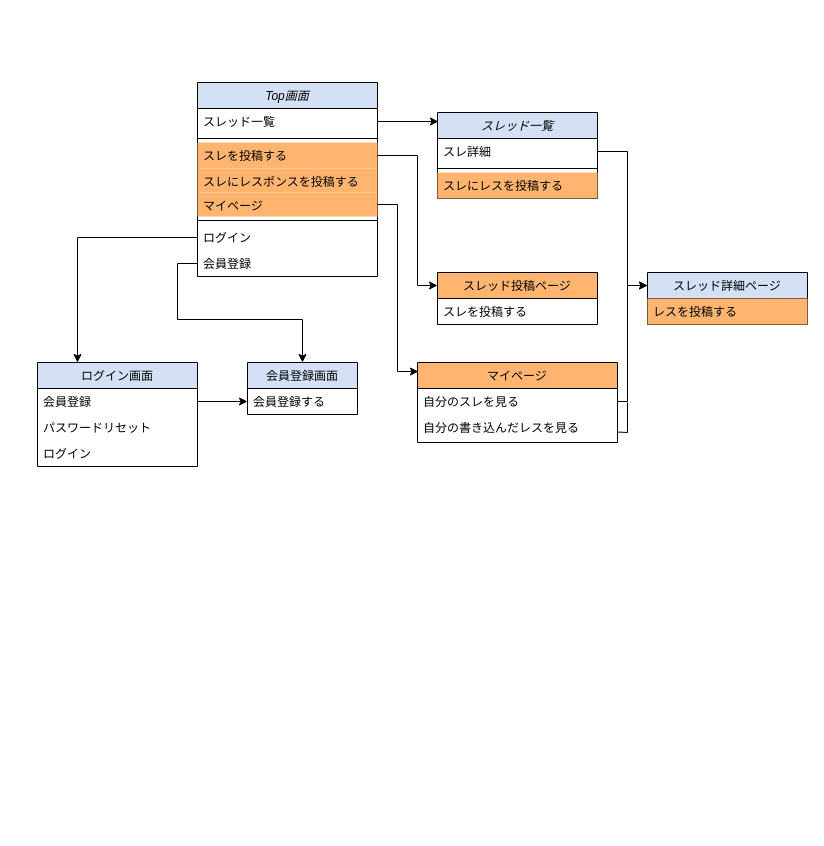
This is 画面遷移図.drawio from your-school/reserve, a draw.io file, before an edit. Source tidied: cells renumbered, new cells numbered last; positions are measured from the earlier drawing's top-left corner, leaving out a move shared by most shapes. Both pictures are drawn from the tidied source at 100%, with x=0, y=0 at pixel (37, 82).
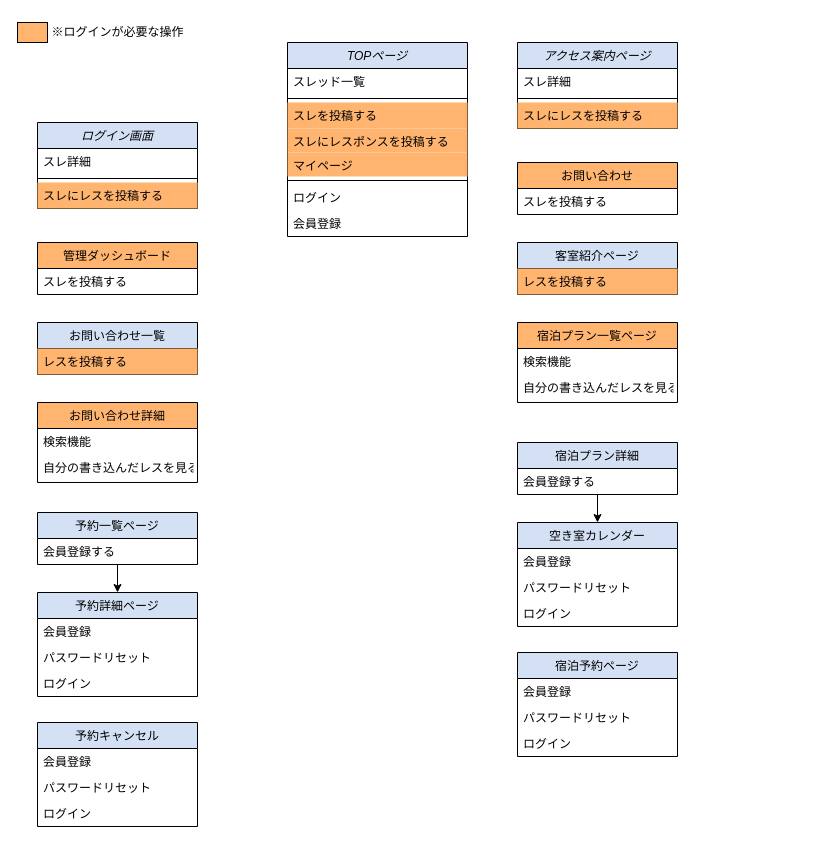
After the change.

Commit message:
画面遷移図.drawio を更新します

The change refers to these unchanged cells:
```xml
<mxCell id="3" value="スレッド一覧" style="text;align=left;verticalAlign=top;spacingLeft=4;spacingRight=4;overflow=hidden;points=[[0,0.5],[1,0.5]];portConstraint=eastwest;" parent="2" vertex="1">
  <mxGeometry y="26" width="180" height="26" as="geometry" />
</mxCell>
<mxCell id="5" value="スレを投稿する" style="text;align=left;verticalAlign=top;spacingLeft=4;spacingRight=4;overflow=hidden;points=[[0,0.5],[1,0.5]];portConstraint=eastwest;fillColor=#FFB570;" parent="2" vertex="1">
  <mxGeometry y="60" width="180" height="26" as="geometry" />
</mxCell>
<mxCell id="7" value="マイページ" style="text;align=left;verticalAlign=top;spacingLeft=4;spacingRight=4;overflow=hidden;points=[[0,0.5],[1,0.5]];portConstraint=eastwest;rounded=0;shadow=0;html=0;fillColor=#FFB570;" parent="2" vertex="1">
  <mxGeometry y="110" width="180" height="24" as="geometry" />
</mxCell>
<mxCell id="9" value="ログイン" style="text;align=left;verticalAlign=top;spacingLeft=4;spacingRight=4;overflow=hidden;points=[[0,0.5],[1,0.5]];portConstraint=eastwest;" parent="2" vertex="1">
  <mxGeometry y="142" width="180" height="26" as="geometry" />
</mxCell>
<mxCell id="10" value="会員登録" style="text;align=left;verticalAlign=top;spacingLeft=4;spacingRight=4;overflow=hidden;points=[[0,0.5],[1,0.5]];portConstraint=eastwest;" parent="2" vertex="1">
  <mxGeometry y="168" width="180" height="26" as="geometry" />
</mxCell>
<mxCell id="27" value="スレ詳細" style="text;align=left;verticalAlign=top;spacingLeft=4;spacingRight=4;overflow=hidden;points=[[0,0.5],[1,0.5]];portConstraint=eastwest;" parent="26" vertex="1">
  <mxGeometry y="26" width="160" height="26" as="geometry" />
</mxCell>
```

What changed in the source:
```diff
@@
-    <mxCell id="2" value="Top画面" style="swimlane;fontStyle=2;align=center;verticalAlign=top;horizontal=1;startSize=26;rounded=0;shadow=0;strokeWidth=1;fillColor=#D4E1F5;" parent="1" vertex="1">
-      <mxGeometry x="160" width="180" height="194" as="geometry" />
+    <mxCell id="2" value="TOPページ" style="swimlane;fontStyle=2;align=center;verticalAlign=top;horizontal=1;startSize=26;rounded=0;shadow=0;strokeWidth=1;fillColor=#D4E1F5;" parent="1" vertex="1">
+      <mxGeometry x="250" y="-40" width="180" height="194" as="geometry" />
     </mxCell>
@@
-    <mxCell id="11" value="ログイン画面" style="swimlane;fontStyle=0;align=center;verticalAlign=top;horizontal=1;startSize=26;rounded=0;shadow=0;strokeWidth=1;fillColor=#D4E1F5;" parent="1" vertex="1">
-      <mxGeometry y="280" width="160" height="104" as="geometry" />
+    <mxCell id="11" value="空き室カレンダー" style="swimlane;fontStyle=0;align=center;verticalAlign=top;horizontal=1;startSize=26;rounded=0;shadow=0;strokeWidth=1;fillColor=#D4E1F5;" parent="1" vertex="1">
+      <mxGeometry x="480" y="440" width="160" height="104" as="geometry" />
     </mxCell>
@@
+    <mxCell id="37" style="edgeStyle=orthogonalEdgeStyle;rounded=0;jettySize=auto;html=1;entryX=0.5;entryY=0;entryDx=0;entryDy=0;" parent="1" edge="1" source="15" target="11">
+      <mxGeometry relative="1" as="geometry" />
+    </mxCell>
-    <mxCell id="15" value="会員登録画面" style="swimlane;fontStyle=0;align=center;verticalAlign=top;horizontal=1;startSize=26;rounded=0;shadow=0;strokeWidth=1;fillColor=#D4E1F5;" parent="1" vertex="1">
-      <mxGeometry x="210" y="280" width="110" height="52" as="geometry" />
+    <mxCell id="15" value="宿泊プラン詳細" style="swimlane;fontStyle=0;align=center;verticalAlign=top;horizontal=1;startSize=26;rounded=0;shadow=0;strokeWidth=1;fillColor=#D4E1F5;" parent="1" vertex="1">
+      <mxGeometry x="480" y="360" width="160" height="52" as="geometry" />
     </mxCell>
     <mxCell id="16" value="会員登録する" style="text;align=left;verticalAlign=top;spacingLeft=4;spacingRight=4;overflow=hidden;" parent="15" vertex="1">
-      <mxGeometry y="26" width="110" height="26" as="geometry" />
+      <mxGeometry y="26" width="160" height="26" as="geometry" />
     </mxCell>
-    <mxCell id="17" value="スレッド投稿ページ" style="swimlane;fontStyle=0;align=center;verticalAlign=top;horizontal=1;startSize=26;rounded=0;shadow=0;strokeWidth=1;fillColor=#FFB570;" parent="1" vertex="1">
-      <mxGeometry x="400" y="190" width="160" height="52" as="geometry" />
+    <mxCell id="17" value="お問い合わせ" style="swimlane;fontStyle=0;align=center;verticalAlign=top;horizontal=1;startSize=26;rounded=0;shadow=0;strokeWidth=1;fillColor=#FFB570;" parent="1" vertex="1">
+      <mxGeometry x="480" y="80" width="160" height="52" as="geometry" />
     </mxCell>
@@
-    <mxCell id="19" value="マイページ" style="swimlane;fontStyle=0;align=center;verticalAlign=top;horizontal=1;startSize=26;rounded=0;shadow=0;strokeWidth=1;fillColor=#FFB570;" parent="1" vertex="1">
-      <mxGeometry x="380" y="280" width="200" height="80" as="geometry" />
+    <mxCell id="19" value="宿泊プラン一覧ページ" style="swimlane;fontStyle=0;align=center;verticalAlign=top;horizontal=1;startSize=26;rounded=0;shadow=0;strokeWidth=1;fillColor=#FFB570;" parent="1" vertex="1">
+      <mxGeometry x="480" y="240" width="160" height="80" as="geometry" />
     </mxCell>
-    <mxCell id="20" value="自分のスレを見る" style="text;align=left;verticalAlign=top;spacingLeft=4;spacingRight=4;overflow=hidden;points=[[0,0.5],[1,0.5]];portConstraint=eastwest;" parent="19" vertex="1">
-      <mxGeometry y="26" width="200" height="26" as="geometry" />
+    <mxCell id="20" value="検索機能" style="text;align=left;verticalAlign=top;spacingLeft=4;spacingRight=4;overflow=hidden;points=[[0,0.5],[1,0.5]];portConstraint=eastwest;" parent="19" vertex="1">
+      <mxGeometry y="26" width="160" height="26" as="geometry" />
     </mxCell>
     <mxCell id="21" value="自分の書き込んだレスを見る" style="text;align=left;verticalAlign=top;spacingLeft=4;spacingRight=4;overflow=hidden;points=[[0,0.5],[1,0.5]];portConstraint=eastwest;rounded=0;shadow=0;html=0;" parent="19" vertex="1">
-      <mxGeometry y="52" width="200" height="26" as="geometry" />
+      <mxGeometry y="52" width="160" height="26" as="geometry" />
     </mxCell>
-    <mxCell id="22" style="edgeStyle=none;orthogonalLoop=1;jettySize=auto;html=1;rounded=0;" parent="1" edge="1">
-      <mxGeometry relative="1" as="geometry">
-        <mxPoint x="160" y="319" as="sourcePoint" />
-        <mxPoint x="210" y="319" as="targetPoint" />
-        <Array as="points">
-          <mxPoint x="200" y="319" />
-        </Array>
-      </mxGeometry>
-    </mxCell>
-    <mxCell id="23" style="edgeStyle=none;jettySize=auto;html=1;rounded=0;exitX=0;exitY=0.5;exitDx=0;exitDy=0;entryX=0.25;entryY=0;entryDx=0;entryDy=0;" parent="1" edge="1" source="9" target="11">
-      <mxGeometry relative="1" as="geometry">
-        <Array as="points">
-          <mxPoint x="40" y="155" />
-        </Array>
-      </mxGeometry>
-    </mxCell>
-    <mxCell id="24" style="edgeStyle=orthogonalEdgeStyle;rounded=0;jettySize=auto;html=1;exitX=1;exitY=0.5;exitDx=0;exitDy=0;entryX=0.005;entryY=0.113;entryDx=0;entryDy=0;entryPerimeter=0;" parent="1" edge="1" source="7" target="19">
-      <mxGeometry relative="1" as="geometry">
-        <Array as="points">
-          <mxPoint x="360" y="122" />
-          <mxPoint x="360" y="289" />
-        </Array>
-      </mxGeometry>
-    </mxCell>
-    <mxCell id="25" style="edgeStyle=orthogonalEdgeStyle;rounded=0;jettySize=auto;html=1;exitX=1;exitY=0.5;exitDx=0;exitDy=0;entryX=0;entryY=0.25;entryDx=0;entryDy=0;" parent="1" edge="1" source="5" target="17">
-      <mxGeometry relative="1" as="geometry">
-        <Array as="points">
-          <mxPoint x="380" y="73" />
-          <mxPoint x="380" y="203" />
-        </Array>
-      </mxGeometry>
-    </mxCell>
-    <mxCell id="26" value="スレッド一覧" style="swimlane;fontStyle=2;align=center;verticalAlign=top;horizontal=1;startSize=26;rounded=0;shadow=0;strokeWidth=1;fillColor=#D4E1F5;" parent="1" vertex="1">
-      <mxGeometry x="400" y="30" width="160" height="86" as="geometry" />
+    <mxCell id="26" value="アクセス案内ページ" style="swimlane;fontStyle=2;align=center;verticalAlign=top;horizontal=1;startSize=26;rounded=0;shadow=0;strokeWidth=1;fillColor=#D4E1F5;" parent="1" vertex="1">
+      <mxGeometry x="480" y="-40" width="160" height="86" as="geometry" />
     </mxCell>
@@
-    <mxCell id="30" value="スレッド詳細ページ" style="swimlane;fontStyle=0;align=center;verticalAlign=top;horizontal=1;startSize=26;rounded=0;shadow=0;strokeWidth=1;fillColor=#D4E1F5;" parent="1" vertex="1">
-      <mxGeometry x="610" y="190" width="160" height="52" as="geometry" />
+    <mxCell id="30" value="客室紹介ページ" style="swimlane;fontStyle=0;align=center;verticalAlign=top;horizontal=1;startSize=26;rounded=0;shadow=0;strokeWidth=1;fillColor=#D4E1F5;" parent="1" vertex="1">
+      <mxGeometry x="480" y="160" width="160" height="52" as="geometry" />
     </mxCell>
@@
-    <mxCell id="32" style="edgeStyle=orthogonalEdgeStyle;rounded=0;jettySize=auto;html=1;exitX=1;exitY=0.5;exitDx=0;exitDy=0;entryX=0;entryY=0.25;entryDx=0;entryDy=0;" parent="1" edge="1" source="27" target="30">
-      <mxGeometry relative="1" as="geometry">
-        <Array as="points">
-          <mxPoint x="590" y="69" />
-          <mxPoint x="590" y="203" />
-        </Array>
-      </mxGeometry>
-    </mxCell>
-    <mxCell id="33" style="edgeStyle=orthogonalEdgeStyle;rounded=0;jettySize=auto;html=1;exitX=1;exitY=0.5;exitDx=0;exitDy=0;entryX=0.006;entryY=0.105;entryDx=0;entryDy=0;entryPerimeter=0;" parent="1" edge="1" source="3" target="26">
-      <mxGeometry relative="1" as="geometry" />
-    </mxCell>
-    <mxCell id="34" style="edgeStyle=orthogonalEdgeStyle;rounded=0;jettySize=auto;html=1;exitX=0;exitY=0.5;exitDx=0;exitDy=0;entryX=0.5;entryY=0;entryDx=0;entryDy=0;" parent="1" edge="1" source="10" target="15">
-      <mxGeometry relative="1" as="geometry" />
-    </mxCell>
-    <mxCell id="35" style="edgeStyle=orthogonalEdgeStyle;rounded=0;jettySize=auto;html=1;exitX=1;exitY=0.5;exitDx=0;exitDy=0;entryX=0;entryY=0.25;entryDx=0;entryDy=0;" parent="1" edge="1" source="20" target="30">
-      <mxGeometry relative="1" as="geometry">
-        <Array as="points">
-          <mxPoint x="590" y="319" />
-          <mxPoint x="590" y="203" />
-        </Array>
-      </mxGeometry>
-    </mxCell>
-    <mxCell id="36" style="endArrow=none;html=1;rounded=0;" parent="1" edge="1" source="21">
-      <mxGeometry relative="1" as="geometry">
-        <mxPoint x="590" y="320" as="targetPoint" />
-        <Array as="points">
-          <mxPoint x="590" y="350" />
-        </Array>
-      </mxGeometry>
-    </mxCell>
+    <mxCell id="38" style="rounded=0;whiteSpace=wrap;html=1;fillColor=#FFB570;" parent="1" vertex="1">
+      <mxGeometry x="-20" y="-60" width="30" height="20" as="geometry" />
+    </mxCell>
+    <mxCell id="39" value="※ログインが必要な操作" style="text;html=1;align=center;verticalAlign=middle;strokeColor=none;fillColor=none;" parent="1" vertex="1">
+      <mxGeometry y="-65" width="160" height="30" as="geometry" />
+    </mxCell>
+    <mxCell id="40" value="宿泊予約ページ" style="swimlane;fontStyle=0;align=center;verticalAlign=top;horizontal=1;startSize=26;rounded=0;shadow=0;strokeWidth=1;fillColor=#D4E1F5;" parent="1" vertex="1">
+      <mxGeometry x="480" y="570" width="160" height="104" as="geometry" />
+    </mxCell>
+    <mxCell id="41" value="会員登録" style="text;align=left;verticalAlign=top;spacingLeft=4;spacingRight=4;overflow=hidden;" parent="40" vertex="1">
+      <mxGeometry y="26" width="160" height="26" as="geometry" />
+    </mxCell>
+    <mxCell id="42" value="パスワードリセット" style="text;align=left;verticalAlign=top;spacingLeft=4;spacingRight=4;overflow=hidden;rounded=0;shadow=0;html=0;" parent="40" vertex="1">
+      <mxGeometry y="52" width="160" height="26" as="geometry" />
+    </mxCell>
+    <mxCell id="43" value="ログイン" style="text;align=left;verticalAlign=top;spacingLeft=4;spacingRight=4;overflow=hidden;rounded=0;shadow=0;html=0;" parent="40" vertex="1">
+      <mxGeometry y="78" width="160" height="26" as="geometry" />
+    </mxCell>
+    <mxCell id="44" value="管理ダッシュボード" style="swimlane;fontStyle=0;align=center;verticalAlign=top;horizontal=1;startSize=26;rounded=0;shadow=0;strokeWidth=1;fillColor=#FFB570;" parent="1" vertex="1">
+      <mxGeometry y="160" width="160" height="52" as="geometry" />
+    </mxCell>
+    <mxCell id="45" value="スレを投稿する" style="text;align=left;verticalAlign=top;spacingLeft=4;spacingRight=4;overflow=hidden;" parent="44" vertex="1">
+      <mxGeometry y="26" width="160" height="26" as="geometry" />
+    </mxCell>
+    <mxCell id="46" value="お問い合わせ詳細" style="swimlane;fontStyle=0;align=center;verticalAlign=top;horizontal=1;startSize=26;rounded=0;shadow=0;strokeWidth=1;fillColor=#FFB570;" parent="1" vertex="1">
+      <mxGeometry y="320" width="160" height="80" as="geometry" />
+    </mxCell>
+    <mxCell id="47" value="検索機能" style="text;align=left;verticalAlign=top;spacingLeft=4;spacingRight=4;overflow=hidden;" parent="46" vertex="1">
+      <mxGeometry y="26" width="160" height="26" as="geometry" />
+    </mxCell>
+    <mxCell id="48" value="自分の書き込んだレスを見る" style="text;align=left;verticalAlign=top;spacingLeft=4;spacingRight=4;overflow=hidden;rounded=0;shadow=0;html=0;" parent="46" vertex="1">
+      <mxGeometry y="52" width="160" height="26" as="geometry" />
+    </mxCell>
+    <mxCell id="49" value="ログイン画面" style="swimlane;fontStyle=2;align=center;verticalAlign=top;horizontal=1;startSize=26;rounded=0;shadow=0;strokeWidth=1;fillColor=#D4E1F5;" parent="1" vertex="1">
+      <mxGeometry y="40" width="160" height="86" as="geometry" />
+    </mxCell>
+    <mxCell id="50" value="スレ詳細" style="text;align=left;verticalAlign=top;spacingLeft=4;spacingRight=4;overflow=hidden;" parent="49" vertex="1">
+      <mxGeometry y="26" width="160" height="26" as="geometry" />
+    </mxCell>
+    <mxCell id="51" style="line;html=1;strokeWidth=1;align=left;verticalAlign=middle;spacingTop=-1;spacingLeft=3;spacingRight=3;labelPosition=right;" parent="49" vertex="1">
+      <mxGeometry y="52" width="160" height="8" as="geometry" />
+    </mxCell>
+    <mxCell id="52" value="スレにレスを投稿する" style="text;align=left;verticalAlign=top;spacingLeft=4;spacingRight=4;overflow=hidden;fillColor=#FFB570;" parent="49" vertex="1">
+      <mxGeometry y="60" width="160" height="26" as="geometry" />
+    </mxCell>
+    <mxCell id="53" value="お問い合わせ一覧" style="swimlane;fontStyle=0;align=center;verticalAlign=top;horizontal=1;startSize=26;rounded=0;shadow=0;strokeWidth=1;fillColor=#D4E1F5;" parent="1" vertex="1">
+      <mxGeometry y="240" width="160" height="52" as="geometry" />
+    </mxCell>
+    <mxCell id="54" value="レスを投稿する" style="text;align=left;verticalAlign=top;spacingLeft=4;spacingRight=4;overflow=hidden;fillColor=#FFB570;" parent="53" vertex="1">
+      <mxGeometry y="26" width="160" height="26" as="geometry" />
+    </mxCell>
+    <mxCell id="55" value="予約詳細ページ" style="swimlane;fontStyle=0;align=center;verticalAlign=top;horizontal=1;startSize=26;rounded=0;shadow=0;strokeWidth=1;fillColor=#D4E1F5;" parent="1" vertex="1">
+      <mxGeometry y="510" width="160" height="104" as="geometry" />
+    </mxCell>
+    <mxCell id="56" value="会員登録" style="text;align=left;verticalAlign=top;spacingLeft=4;spacingRight=4;overflow=hidden;" parent="55" vertex="1">
+      <mxGeometry y="26" width="160" height="26" as="geometry" />
+    </mxCell>
+    <mxCell id="57" value="パスワードリセット" style="text;align=left;verticalAlign=top;spacingLeft=4;spacingRight=4;overflow=hidden;rounded=0;shadow=0;html=0;" parent="55" vertex="1">
+      <mxGeometry y="52" width="160" height="26" as="geometry" />
+    </mxCell>
+    <mxCell id="58" value="ログイン" style="text;align=left;verticalAlign=top;spacingLeft=4;spacingRight=4;overflow=hidden;rounded=0;shadow=0;html=0;" parent="55" vertex="1">
+      <mxGeometry y="78" width="160" height="26" as="geometry" />
+    </mxCell>
+    <mxCell id="59" style="edgeStyle=orthogonalEdgeStyle;rounded=0;jettySize=auto;html=1;entryX=0.5;entryY=0;entryDx=0;entryDy=0;" parent="1" edge="1" source="60" target="55">
+      <mxGeometry relative="1" as="geometry" />
+    </mxCell>
+    <mxCell id="60" value="予約一覧ページ" style="swimlane;fontStyle=0;align=center;verticalAlign=top;horizontal=1;startSize=26;rounded=0;shadow=0;strokeWidth=1;fillColor=#D4E1F5;" parent="1" vertex="1">
+      <mxGeometry y="430" width="160" height="52" as="geometry" />
+    </mxCell>
+    <mxCell id="61" value="会員登録する" style="text;align=left;verticalAlign=top;spacingLeft=4;spacingRight=4;overflow=hidden;" parent="60" vertex="1">
+      <mxGeometry y="26" width="160" height="26" as="geometry" />
+    </mxCell>
+    <mxCell id="62" value="予約キャンセル" style="swimlane;fontStyle=0;align=center;verticalAlign=top;horizontal=1;startSize=26;rounded=0;shadow=0;strokeWidth=1;fillColor=#D4E1F5;" parent="1" vertex="1">
+      <mxGeometry y="640" width="160" height="104" as="geometry" />
+    </mxCell>
+    <mxCell id="63" value="会員登録" style="text;align=left;verticalAlign=top;spacingLeft=4;spacingRight=4;overflow=hidden;" parent="62" vertex="1">
+      <mxGeometry y="26" width="160" height="26" as="geometry" />
+    </mxCell>
+    <mxCell id="64" value="パスワードリセット" style="text;align=left;verticalAlign=top;spacingLeft=4;spacingRight=4;overflow=hidden;rounded=0;shadow=0;html=0;" parent="62" vertex="1">
+      <mxGeometry y="52" width="160" height="26" as="geometry" />
+    </mxCell>
+    <mxCell id="65" value="ログイン" style="text;align=left;verticalAlign=top;spacingLeft=4;spacingRight=4;overflow=hidden;rounded=0;shadow=0;html=0;" parent="62" vertex="1">
+      <mxGeometry y="78" width="160" height="26" as="geometry" />
+    </mxCell>
```
